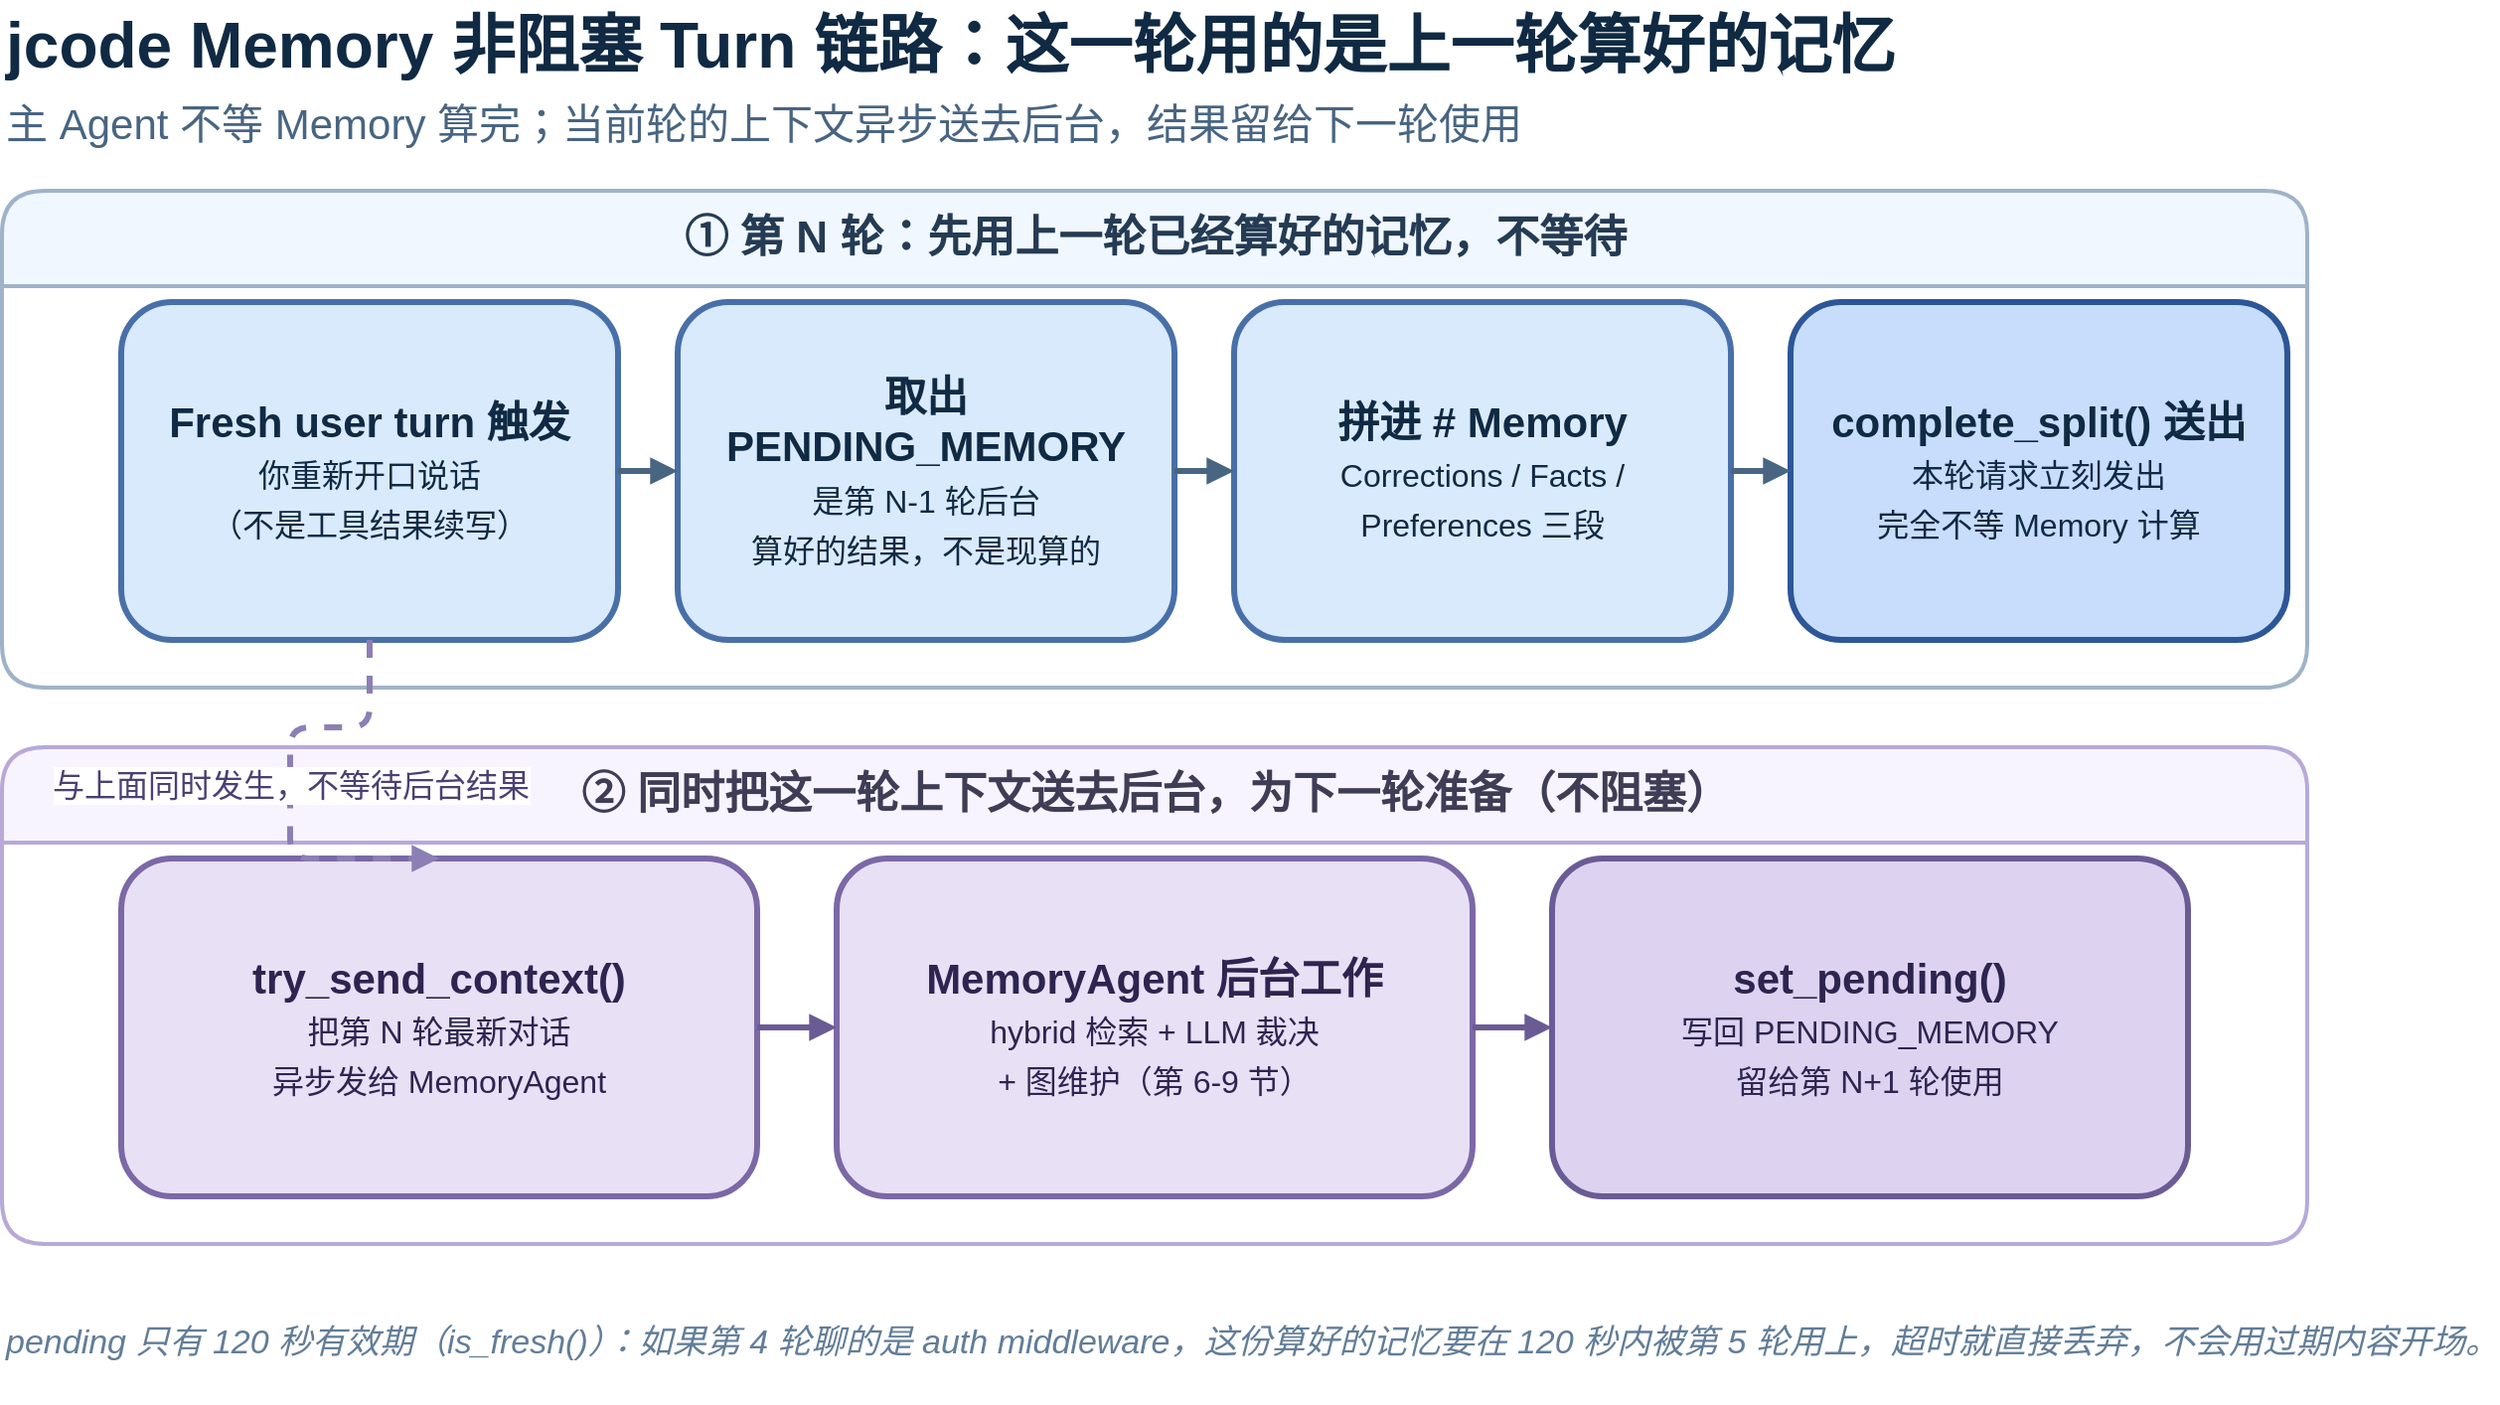
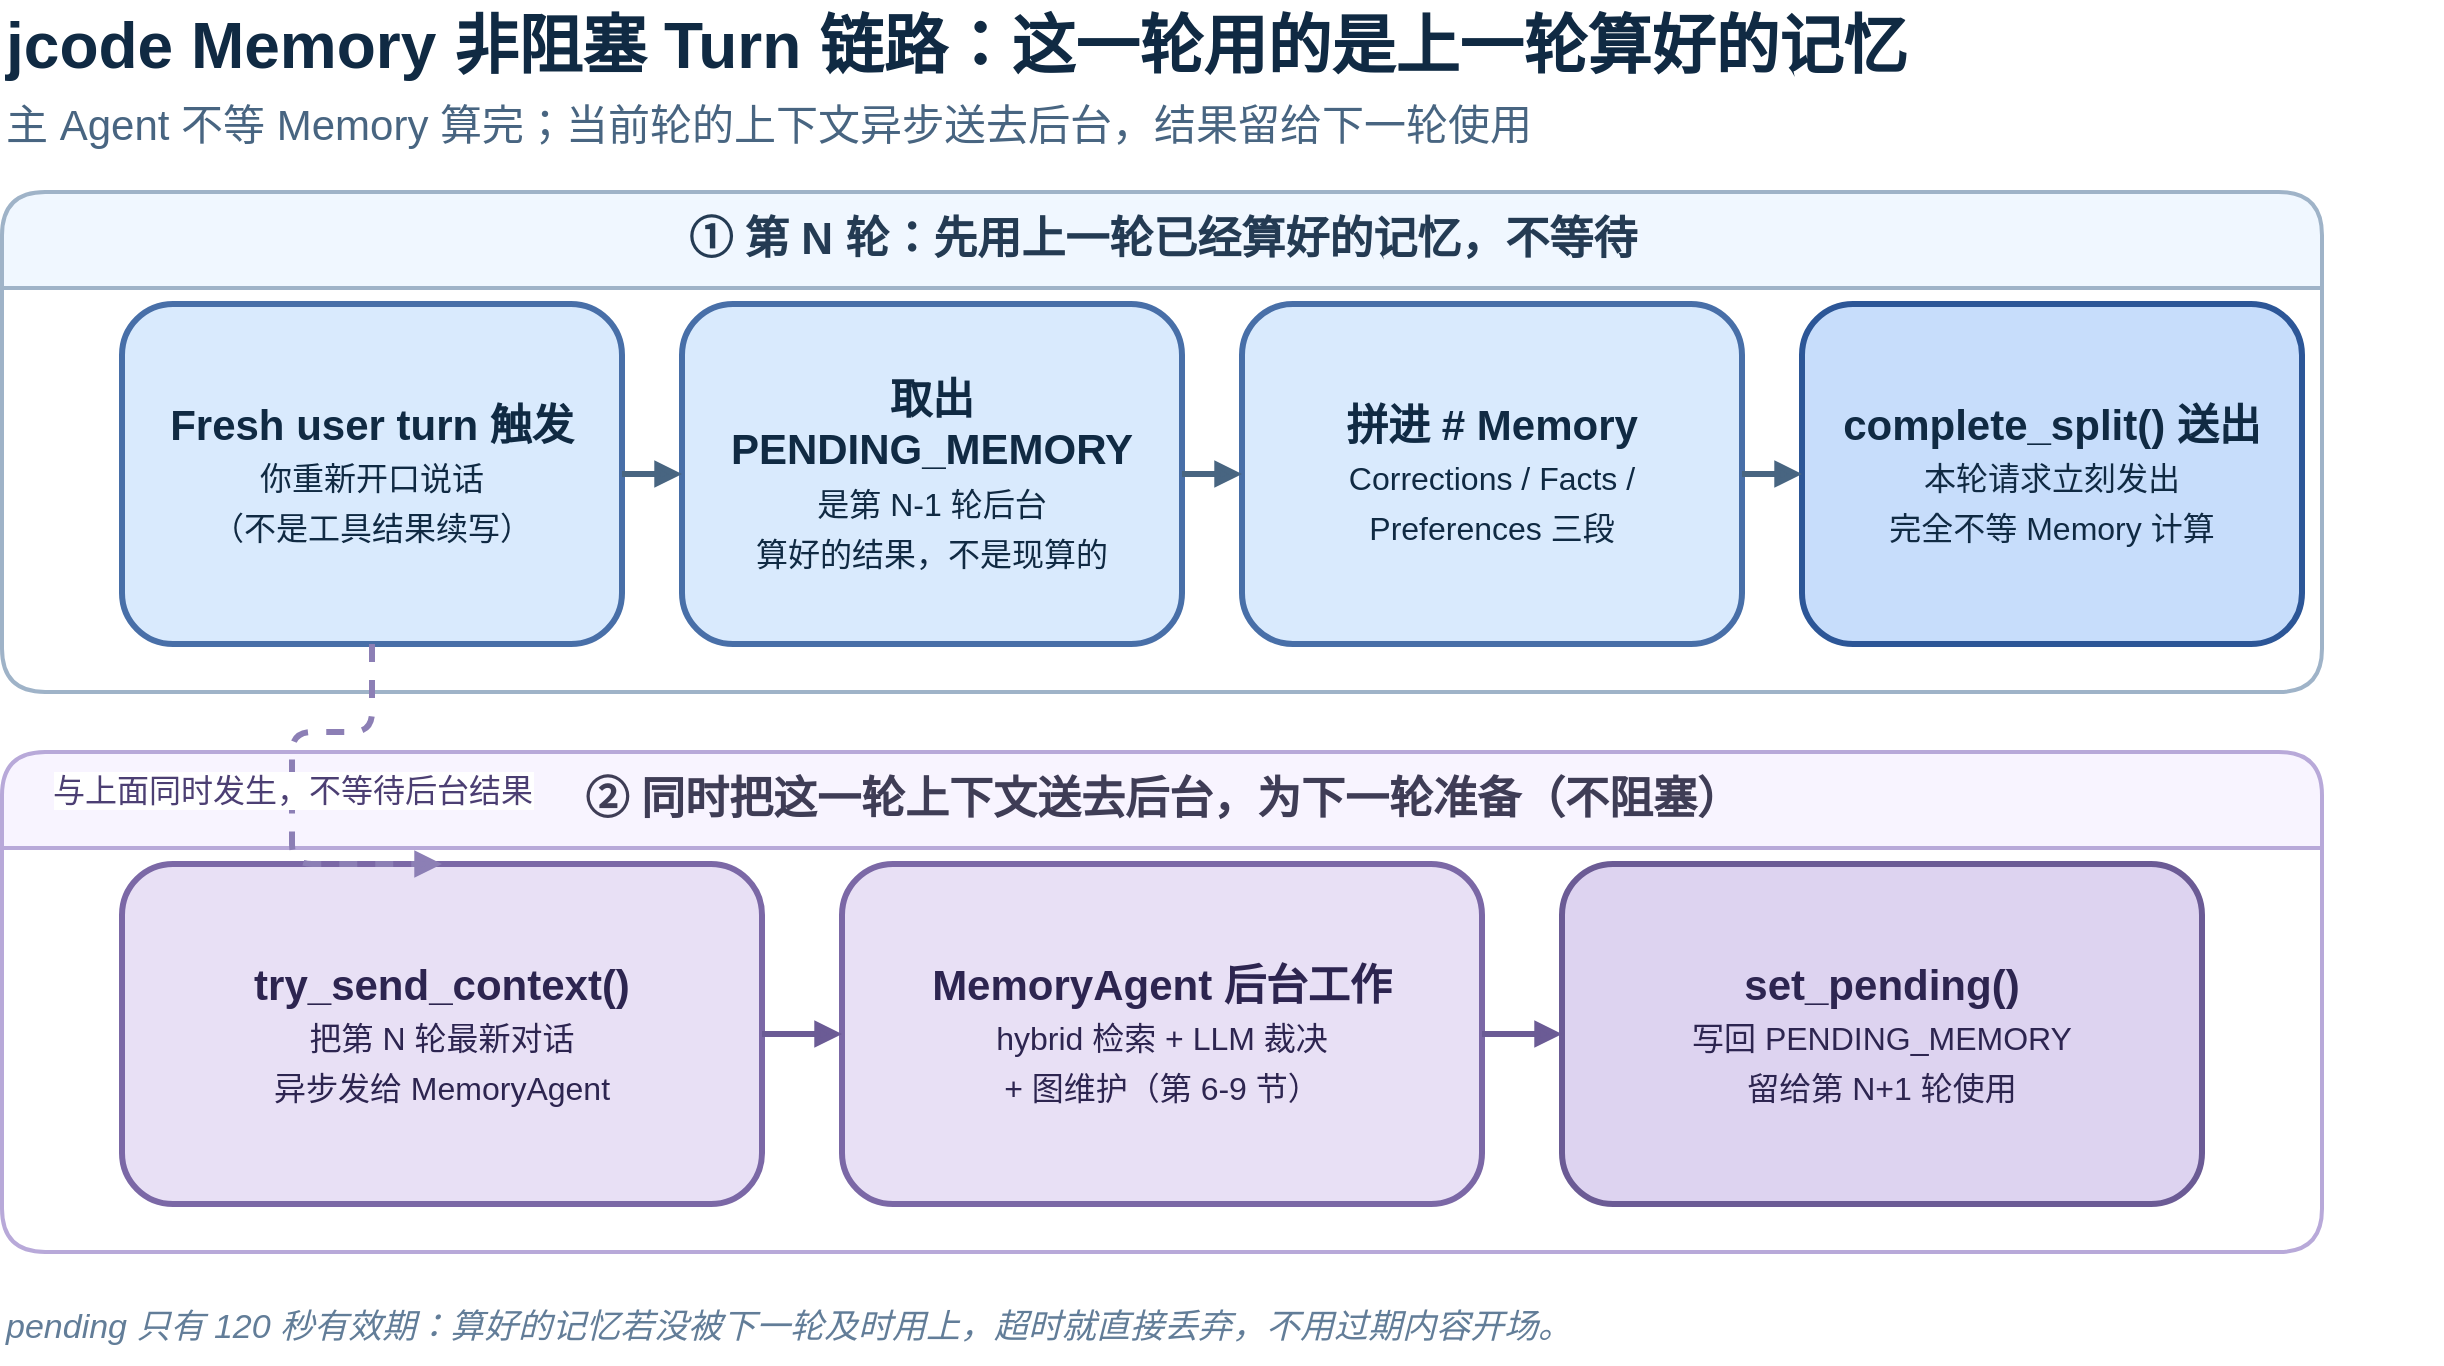
<?xml version="1.0" encoding="UTF-8"?>
<mxfile host="drawio" version="30.0.4">
  <diagram name="非阻塞Turn链路">
-     <mxGraphModel dx="1200" dy="1300" grid="1" gridSize="10" guides="1" tooltips="1" connect="1" arrows="1" fold="1" page="1" pageScale="1" pageWidth="1300" pageHeight="760" math="0" shadow="0" background="#FFFFFF">
+     <mxGraphModel dx="1200" dy="1300" grid="1" gridSize="10" guides="1" tooltips="1" connect="1" arrows="1" fold="1" page="1" pageScale="1" pageWidth="1300" pageHeight="720" math="0" shadow="0" background="#FFFFFF">
      <root>
        <mxCell id="0" />
        <mxCell id="1" parent="0" />

        <mxCell id="title1" value="jcode Memory 非阻塞 Turn 链路：这一轮用的是上一轮算好的记忆" style="text;html=1;strokeColor=none;fillColor=none;align=left;verticalAlign=middle;fontSize=32;fontStyle=1;fontColor=#102A43;" vertex="1" parent="1">
          <mxGeometry x="40" y="16" width="1220" height="46" as="geometry" />
        </mxCell>
        <mxCell id="subtitle1" value="主 Agent 不等 Memory 算完；当前轮的上下文异步送去后台，结果留给下一轮使用" style="text;html=1;strokeColor=none;fillColor=none;align=left;verticalAlign=middle;fontSize=21;fontColor=#486581;" vertex="1" parent="1">
          <mxGeometry x="40" y="62" width="1220" height="32" as="geometry" />
        </mxCell>

        <!-- Lane 1: 消费上一轮 -->
        <mxCell id="lane1" value="① 第 N 轮：先用上一轮已经算好的记忆，不等待" style="swimlane;startSize=48;rounded=1;html=1;fillColor=#F0F7FF;swimlaneFillColor=#FFFFFF;strokeColor=#9FB3C8;strokeWidth=2;fontColor=#243B53;fontSize=22;fontStyle=1;container=1;collapsible=0;horizontal=1;" vertex="1" parent="1">
          <mxGeometry x="40" y="112" width="1160" height="250" as="geometry" />
        </mxCell>
        <mxCell id="n1-fresh" value="&lt;b&gt;Fresh user turn 触发&lt;/b&gt;&lt;br&gt;&lt;font style=&quot;font-size:16px&quot;&gt;你重新开口说话&lt;br&gt;（不是工具结果续写）&lt;/font&gt;" style="rounded=1;whiteSpace=wrap;html=1;fillColor=#D9EAFD;strokeColor=#486FA8;strokeWidth=3;fontColor=#102A43;fontSize=21;align=center;verticalAlign=middle;spacing=10;" vertex="1" parent="lane1">
          <mxGeometry x="60" y="56" width="250" height="170" as="geometry" />
        </mxCell>
        <mxCell id="n1-take" value="&lt;b&gt;取出 PENDING_MEMORY&lt;/b&gt;&lt;br&gt;&lt;font style=&quot;font-size:16px&quot;&gt;是第 N-1 轮后台&lt;br&gt;算好的结果，不是现算的&lt;/font&gt;" style="rounded=1;whiteSpace=wrap;html=1;fillColor=#D9EAFD;strokeColor=#486FA8;strokeWidth=3;fontColor=#102A43;fontSize=21;align=center;verticalAlign=middle;spacing=10;" vertex="1" parent="lane1">
          <mxGeometry x="340" y="56" width="250" height="170" as="geometry" />
        </mxCell>
        <mxCell id="n1-inject" value="&lt;b&gt;拼进 # Memory&lt;/b&gt;&lt;br&gt;&lt;font style=&quot;font-size:16px&quot;&gt;Corrections / Facts /&lt;br&gt;Preferences 三段&lt;/font&gt;" style="rounded=1;whiteSpace=wrap;html=1;fillColor=#D9EAFD;strokeColor=#486FA8;strokeWidth=3;fontColor=#102A43;fontSize=21;align=center;verticalAlign=middle;spacing=10;" vertex="1" parent="lane1">
          <mxGeometry x="620" y="56" width="250" height="170" as="geometry" />
        </mxCell>
        <mxCell id="n1-send" value="&lt;b&gt;complete_split() 送出&lt;/b&gt;&lt;br&gt;&lt;font style=&quot;font-size:16px&quot;&gt;本轮请求立刻发出&lt;br&gt;完全不等 Memory 计算&lt;/font&gt;" style="rounded=1;whiteSpace=wrap;html=1;fillColor=#C7DDFB;strokeColor=#2C5697;strokeWidth=3;fontColor=#102A43;fontSize=21;align=center;verticalAlign=middle;spacing=10;" vertex="1" parent="lane1">
          <mxGeometry x="900" y="56" width="250" height="170" as="geometry" />
        </mxCell>
        <mxCell id="e1-1" style="edgeStyle=orthogonalEdgeStyle;rounded=1;orthogonalLoop=1;jettySize=auto;html=1;exitX=1;exitY=0.5;entryX=0;entryY=0.5;strokeColor=#486581;strokeWidth=3;endArrow=block;endFill=1;" edge="1" parent="lane1" source="n1-fresh" target="n1-take">
          <mxGeometry relative="1" as="geometry" />
        </mxCell>
        <mxCell id="e1-2" style="edgeStyle=orthogonalEdgeStyle;rounded=1;orthogonalLoop=1;jettySize=auto;html=1;exitX=1;exitY=0.5;entryX=0;entryY=0.5;strokeColor=#486581;strokeWidth=3;endArrow=block;endFill=1;" edge="1" parent="lane1" source="n1-take" target="n1-inject">
          <mxGeometry relative="1" as="geometry" />
        </mxCell>
        <mxCell id="e1-3" style="edgeStyle=orthogonalEdgeStyle;rounded=1;orthogonalLoop=1;jettySize=auto;html=1;exitX=1;exitY=0.5;entryX=0;entryY=0.5;strokeColor=#486581;strokeWidth=3;endArrow=block;endFill=1;" edge="1" parent="lane1" source="n1-inject" target="n1-send">
          <mxGeometry relative="1" as="geometry" />
        </mxCell>

        <!-- Lane 2: 后台为下一轮准备 -->
        <mxCell id="lane2" value="② 同时把这一轮上下文送去后台，为下一轮准备（不阻塞）" style="swimlane;startSize=48;rounded=1;html=1;fillColor=#F8F4FF;swimlaneFillColor=#FFFFFF;strokeColor=#B8A9D9;strokeWidth=2;fontColor=#3F3D56;fontSize=22;fontStyle=1;container=1;collapsible=0;horizontal=1;" vertex="1" parent="1">
          <mxGeometry x="40" y="392" width="1160" height="250" as="geometry" />
        </mxCell>
        <mxCell id="n2-send" value="&lt;b&gt;try_send_context()&lt;/b&gt;&lt;br&gt;&lt;font style=&quot;font-size:16px&quot;&gt;把第 N 轮最新对话&lt;br&gt;异步发给 MemoryAgent&lt;/font&gt;" style="rounded=1;whiteSpace=wrap;html=1;fillColor=#E8E0F5;strokeColor=#7B68A6;strokeWidth=3;fontColor=#2D2550;fontSize=21;align=center;verticalAlign=middle;spacing=10;" vertex="1" parent="lane2">
          <mxGeometry x="60" y="56" width="320" height="170" as="geometry" />
        </mxCell>
        <mxCell id="n2-work" value="&lt;b&gt;MemoryAgent 后台工作&lt;/b&gt;&lt;br&gt;&lt;font style=&quot;font-size:16px&quot;&gt;hybrid 检索 + LLM 裁决&lt;br&gt;+ 图维护（第 6-9 节）&lt;/font&gt;" style="rounded=1;whiteSpace=wrap;html=1;fillColor=#E8E0F5;strokeColor=#7B68A6;strokeWidth=3;fontColor=#2D2550;fontSize=21;align=center;verticalAlign=middle;spacing=10;" vertex="1" parent="lane2">
          <mxGeometry x="420" y="56" width="320" height="170" as="geometry" />
        </mxCell>
        <mxCell id="n2-set" value="&lt;b&gt;set_pending()&lt;/b&gt;&lt;br&gt;&lt;font style=&quot;font-size:16px&quot;&gt;写回 PENDING_MEMORY&lt;br&gt;留给第 N+1 轮使用&lt;/font&gt;" style="rounded=1;whiteSpace=wrap;html=1;fillColor=#DDD3F0;strokeColor=#6B5B95;strokeWidth=3;fontColor=#2D2550;fontSize=21;align=center;verticalAlign=middle;spacing=10;" vertex="1" parent="lane2">
          <mxGeometry x="780" y="56" width="320" height="170" as="geometry" />
        </mxCell>
        <mxCell id="e2-1" style="edgeStyle=orthogonalEdgeStyle;rounded=1;orthogonalLoop=1;jettySize=auto;html=1;exitX=1;exitY=0.5;entryX=0;entryY=0.5;strokeColor=#6B5B95;strokeWidth=3;endArrow=block;endFill=1;" edge="1" parent="lane2" source="n2-send" target="n2-work">
          <mxGeometry relative="1" as="geometry" />
        </mxCell>
        <mxCell id="e2-2" style="edgeStyle=orthogonalEdgeStyle;rounded=1;orthogonalLoop=1;jettySize=auto;html=1;exitX=1;exitY=0.5;entryX=0;entryY=0.5;strokeColor=#6B5B95;strokeWidth=3;endArrow=block;endFill=1;" edge="1" parent="lane2" source="n2-work" target="n2-set">
          <mxGeometry relative="1" as="geometry" />
        </mxCell>

        <!-- Cross-lane: 同时发生 -->
        <mxCell id="e-cross" value="与上面同时发生，不等待后台结果" style="edgeStyle=orthogonalEdgeStyle;rounded=1;orthogonalLoop=1;jettySize=auto;html=1;exitX=0.5;exitY=1;entryX=0.5;entryY=0;strokeColor=#8C7FB5;strokeWidth=3;dashed=1;endArrow=block;endFill=1;fontSize=16;fontColor=#4C3F73;labelBackgroundColor=#FFFFFF;" edge="1" parent="1" source="n1-fresh" target="n2-send">
          <mxGeometry relative="1" as="geometry">
            <Array as="points">
              <mxPoint x="185" y="382" />
            </Array>
          </mxGeometry>
        </mxCell>

-         <mxCell id="note1" value="pending 只有 120 秒有效期（is_fresh()）：如果第 4 轮聊的是 auth middleware，这份算好的记忆要在 120 秒内被第 5 轮用上，超时就直接丢弃，不会用过期内容开场。" style="text;html=1;strokeColor=none;fillColor=none;align=left;verticalAlign=middle;fontSize=17;fontColor=#627D98;fontStyle=2;" vertex="1" parent="1">
-           <mxGeometry x="40" y="662" width="1220" height="60" as="geometry" />
+         <mxCell id="note1" value="pending 只有 120 秒有效期：算好的记忆若没被下一轮及时用上，超时就直接丢弃，不用过期内容开场。" style="text;html=1;whiteSpace=wrap;strokeColor=none;fillColor=none;align=left;verticalAlign=middle;fontSize=17;fontColor=#627D98;fontStyle=2;" vertex="1" parent="1">
+           <mxGeometry x="40" y="662" width="1220" height="36" as="geometry" />
        </mxCell>
      </root>
    </mxGraphModel>
  </diagram>
</mxfile>
